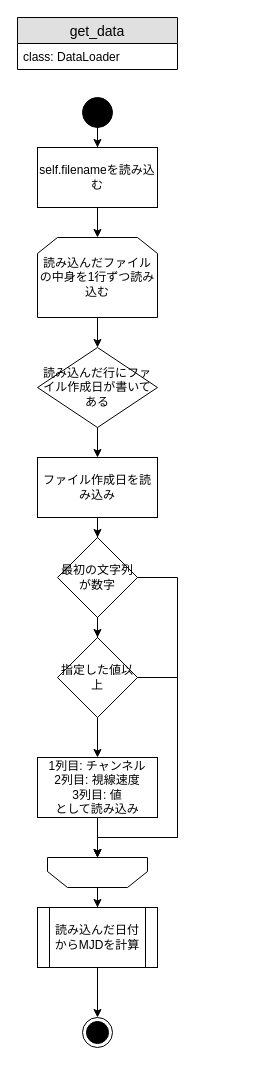
The draw.io diagram page "func1" (2 of 6) of spectrum_analyser_tool.drawio.xml in yhamae/spectrum_analyser_tool, before the edit. Source tidied: cells renumbered, new cells numbered last; positions are measured from the earlier drawing's top-left corner, leaving out a move shared by most shapes. Both pictures are drawn from the tidied source at 100%, with x=0, y=0 at pixel (17, 17).
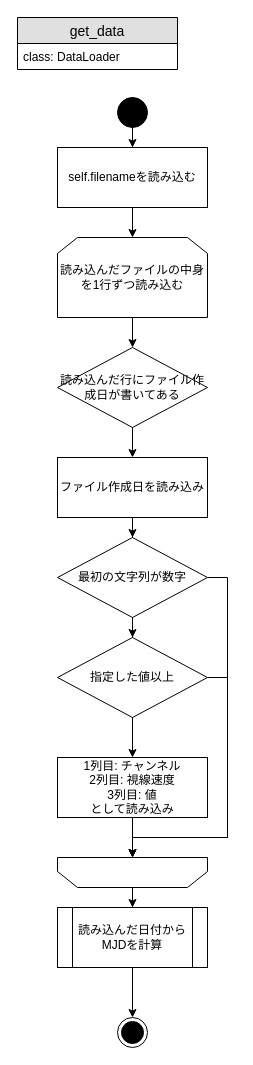
The same diagram, later.

What changed in the source:
```diff
@@
     <mxCell id="5" style="ellipse;whiteSpace=wrap;html=1;fillColor=#000000;" parent="1" vertex="1">
-      <mxGeometry x="65" y="80" width="30" height="30" as="geometry" />
+      <mxGeometry x="100" y="80" width="30" height="30" as="geometry" />
     </mxCell>
     <mxCell id="6" style="ellipse;html=1;shape=endState;fillColor=#000000;strokeColor=#000000;labelBorderColor=none;labelBackgroundColor=none;" parent="1" vertex="1">
-      <mxGeometry x="65" y="1000" width="30" height="30" as="geometry" />
+      <mxGeometry x="100" y="1000" width="30" height="30" as="geometry" />
     </mxCell>
@@
     <mxCell id="8" value="self.filenameを読み込む" style="rounded=0;whiteSpace=wrap;html=1;labelBackgroundColor=none;strokeColor=#000000;fillColor=none;" parent="1" vertex="1">
-      <mxGeometry x="20" y="130" width="120" height="60" as="geometry" />
+      <mxGeometry x="40" y="130" width="150" height="60" as="geometry" />
     </mxCell>
@@
     <mxCell id="10" value="読み込んだファイルの中身を1行ずつ読み込む" style="shape=loopLimit;whiteSpace=wrap;html=1;labelBackgroundColor=none;strokeColor=#000000;fillColor=none;" parent="1" vertex="1">
-      <mxGeometry x="20" y="220" width="120" height="80" as="geometry" />
+      <mxGeometry x="40" y="220" width="150" height="80" as="geometry" />
     </mxCell>
@@
     <mxCell id="12" value="読み込んだ行にファイル作成日が書いてある" style="rhombus;whiteSpace=wrap;html=1;labelBackgroundColor=none;strokeColor=#000000;fillColor=none;" parent="1" vertex="1">
-      <mxGeometry x="20" y="330" width="120" height="80" as="geometry" />
+      <mxGeometry x="40" y="330" width="150" height="80" as="geometry" />
     </mxCell>
@@
     <mxCell id="14" value="ファイル作成日を読み込み" style="rounded=0;whiteSpace=wrap;html=1;labelBackgroundColor=none;strokeColor=#000000;fillColor=none;" parent="1" vertex="1">
-      <mxGeometry x="20" y="440" width="120" height="60" as="geometry" />
+      <mxGeometry x="40" y="440" width="150" height="60" as="geometry" />
     </mxCell>
@@
-    <mxCell id="16" style="edgeStyle=orthogonalEdgeStyle;rounded=0;jettySize=auto;html=1;exitX=1;exitY=0.5;exitDx=0;exitDy=0;entryX=0.5;entryY=1;entryDx=0;entryDy=0;" parent="1" edge="1" source="17" target="24">
+    <mxCell id="16" style="edgeStyle=orthogonalEdgeStyle;rounded=0;jettySize=auto;html=1;exitX=1;exitY=0.5;exitDx=0;exitDy=0;labelBackgroundColor=none;" parent="1" edge="1" source="17" target="24">
       <mxGeometry relative="1" as="geometry">
         <Array as="points">
-          <mxPoint x="160" y="560" />
-          <mxPoint x="160" y="820" />
-          <mxPoint x="80" y="820" />
+          <mxPoint x="210" y="560" />
+          <mxPoint x="210" y="820" />
+          <mxPoint x="115" y="820" />
         </Array>
       </mxGeometry>
     </mxCell>
     <mxCell id="17" value="最初の文字列が数字" style="rhombus;whiteSpace=wrap;html=1;labelBackgroundColor=none;strokeColor=#000000;fillColor=none;" parent="1" vertex="1">
-      <mxGeometry x="40" y="520" width="80" height="80" as="geometry" />
+      <mxGeometry x="40" y="520" width="150" height="80" as="geometry" />
     </mxCell>
@@
-    <mxCell id="19" style="edgeStyle=orthogonalEdgeStyle;rounded=0;jettySize=auto;html=1;exitX=1;exitY=0.5;exitDx=0;exitDy=0;" parent="1" edge="1" source="20" target="24">
+    <mxCell id="19" style="edgeStyle=orthogonalEdgeStyle;rounded=0;jettySize=auto;html=1;exitX=1;exitY=0.5;exitDx=0;exitDy=0;labelBackgroundColor=none;" parent="1" edge="1" source="20" target="24">
       <mxGeometry relative="1" as="geometry">
         <Array as="points">
-          <mxPoint x="160" y="660" />
-          <mxPoint x="160" y="820" />
-          <mxPoint x="80" y="820" />
+          <mxPoint x="210" y="660" />
+          <mxPoint x="210" y="820" />
+          <mxPoint x="115" y="820" />
         </Array>
       </mxGeometry>
     </mxCell>
     <mxCell id="20" value="指定した値以上" style="rhombus;whiteSpace=wrap;html=1;labelBackgroundColor=none;strokeColor=#000000;fillColor=none;" parent="1" vertex="1">
-      <mxGeometry x="40" y="620" width="80" height="80" as="geometry" />
+      <mxGeometry x="40" y="620" width="150" height="80" as="geometry" />
     </mxCell>
@@
     <mxCell id="22" value="1列目: チャンネル&lt;br&gt;2列目: 視線速度&lt;br&gt;3列目: 値&lt;br&gt;として読み込み" style="rounded=0;whiteSpace=wrap;html=1;labelBackgroundColor=none;strokeColor=#000000;fillColor=none;" parent="1" vertex="1">
-      <mxGeometry x="20" y="740" width="120" height="60" as="geometry" />
+      <mxGeometry x="40" y="740" width="150" height="60" as="geometry" />
     </mxCell>
@@
     <mxCell id="24" style="shape=loopLimit;whiteSpace=wrap;html=1;labelBackgroundColor=none;strokeColor=#000000;fillColor=none;rotation=180;" parent="1" vertex="1">
-      <mxGeometry x="30" y="840" width="100" height="30" as="geometry" />
+      <mxGeometry x="40" y="840" width="150" height="30" as="geometry" />
     </mxCell>
@@
     <mxCell id="26" value="読み込んだ日付からMJDを計算" style="shape=process;whiteSpace=wrap;html=1;backgroundOutline=1;labelBackgroundColor=none;strokeColor=#000000;fillColor=none;" parent="1" vertex="1">
-      <mxGeometry x="20" y="890" width="120" height="60" as="geometry" />
+      <mxGeometry x="40" y="890" width="150" height="60" as="geometry" />
     </mxCell>
```
